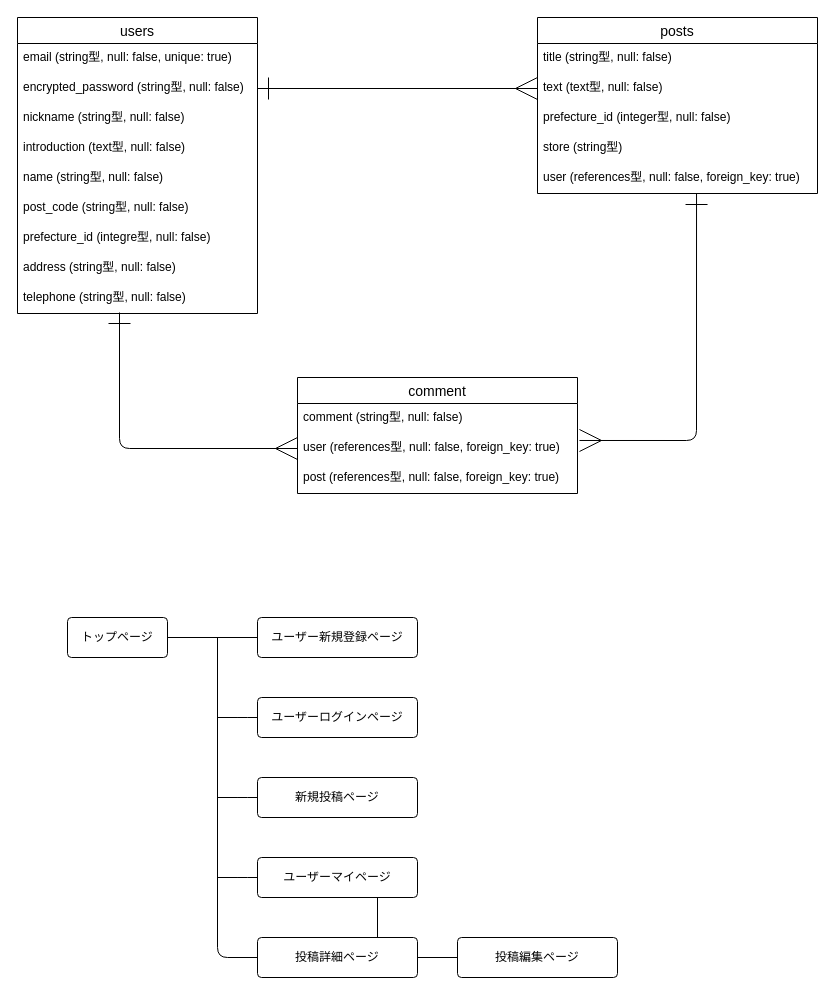
Earlier version of the draw.io diagram nomonomo.dio (hayapi0208/nomonomo). Source tidied: cells renumbered, new cells numbered last; positions are measured from the earlier drawing's top-left corner, leaving out a move shared by most shapes. Both pictures are drawn from the tidied source at 100%, with x=0, y=0 at pixel (17, 17).
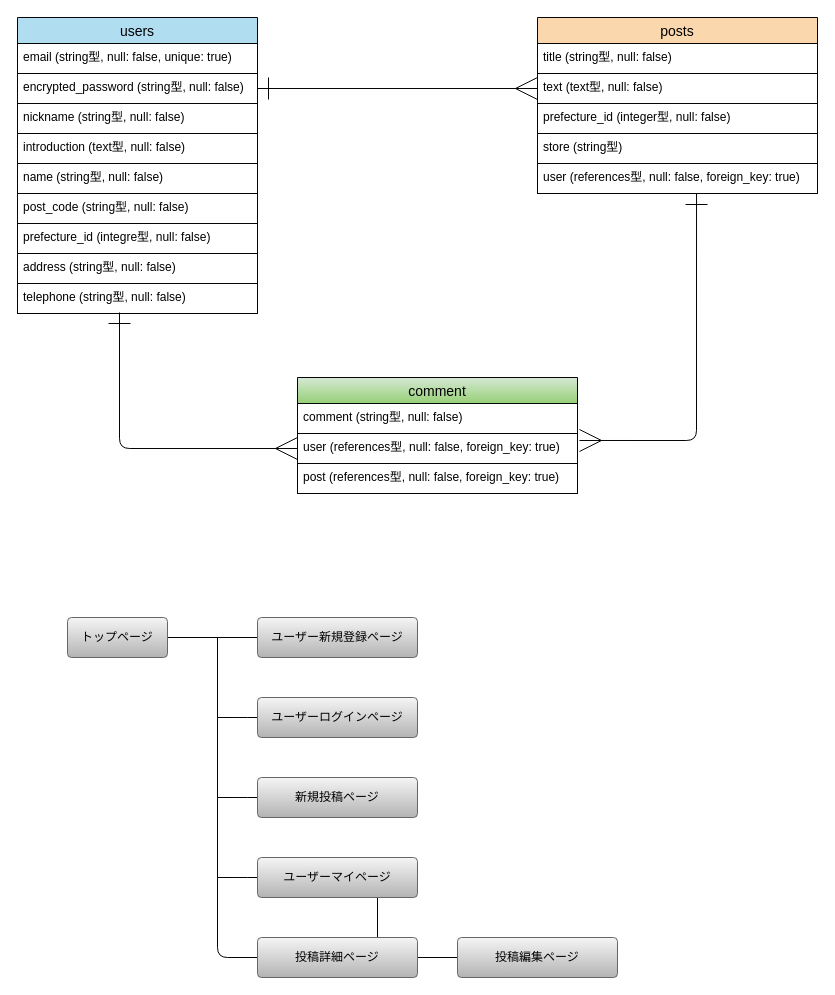
The same diagram, later.

Change to the diagram source:
```diff
@@
-<mxGraphModel>
+<mxGraphModel background="#ffffff">
@@
-    <mxCell id="2" value="users" style="swimlane;fontStyle=0;horizontal=1;startSize=26;align=center;fontSize=14;" parent="1" vertex="1">
+    <mxCell id="2" value="users" style="swimlane;fontStyle=0;horizontal=1;startSize=26;align=center;fontSize=14;fillColor=#b1ddf0;strokeColor=#050505;fontColor=#000000;" parent="1" vertex="1">
       <mxGeometry width="240" height="296" as="geometry" />
     </mxCell>
-    <mxCell id="3" value="email (string型, null: false, unique: true)" style="text;strokeColor=none;fillColor=none;spacingLeft=4;spacingRight=4;overflow=hidden;fontSize=12;" parent="2" vertex="1">
+    <mxCell id="3" value="email (string型, null: false, unique: true)" style="text;strokeColor=#050505;fillColor=none;spacingLeft=4;spacingRight=4;overflow=hidden;fontSize=12;fontColor=#000000;" parent="2" vertex="1">
       <mxGeometry y="26" width="240" height="30" as="geometry" />
     </mxCell>
-    <mxCell id="4" value="encrypted_password (string型, null: false)" style="text;strokeColor=none;fillColor=none;spacingLeft=4;spacingRight=4;overflow=hidden;points=[[0,0.5],[1,0.5]];portConstraint=eastwest;fontSize=12;" parent="2" vertex="1">
+    <mxCell id="4" value="encrypted_password (string型, null: false)" style="text;strokeColor=#050505;fillColor=none;spacingLeft=4;spacingRight=4;overflow=hidden;points=[[0,0.5],[1,0.5]];portConstraint=eastwest;fontSize=12;fontColor=#000000;" parent="2" vertex="1">
       <mxGeometry y="56" width="240" height="30" as="geometry" />
     </mxCell>
-    <mxCell id="5" value="nickname (string型, null: false)" style="text;strokeColor=none;fillColor=none;spacingLeft=4;spacingRight=4;overflow=hidden;fontSize=12;" parent="2" vertex="1">
+    <mxCell id="5" value="nickname (string型, null: false)" style="text;strokeColor=#050505;fillColor=none;spacingLeft=4;spacingRight=4;overflow=hidden;fontSize=12;fontColor=#000000;" parent="2" vertex="1">
       <mxGeometry y="86" width="240" height="30" as="geometry" />
     </mxCell>
-    <mxCell id="6" value="introduction (text型, null: false)" style="text;strokeColor=none;fillColor=none;spacingLeft=4;spacingRight=4;overflow=hidden;fontSize=12;" parent="2" vertex="1">
+    <mxCell id="6" value="introduction (text型, null: false)" style="text;strokeColor=#050505;fillColor=none;spacingLeft=4;spacingRight=4;overflow=hidden;fontSize=12;fontColor=#000000;" parent="2" vertex="1">
       <mxGeometry y="116" width="240" height="30" as="geometry" />
     </mxCell>
-    <mxCell id="7" value="name (string型, null: false)" style="text;strokeColor=none;fillColor=none;spacingLeft=4;spacingRight=4;overflow=hidden;fontSize=12;" parent="2" vertex="1">
+    <mxCell id="7" value="name (string型, null: false)" style="text;strokeColor=#050505;fillColor=none;spacingLeft=4;spacingRight=4;overflow=hidden;fontSize=12;fontColor=#000000;" parent="2" vertex="1">
       <mxGeometry y="146" width="240" height="30" as="geometry" />
     </mxCell>
-    <mxCell id="8" value="post_code (string型, null: false)" style="text;strokeColor=none;fillColor=none;spacingLeft=4;spacingRight=4;overflow=hidden;fontSize=12;" parent="2" vertex="1">
+    <mxCell id="8" value="post_code (string型, null: false)" style="text;strokeColor=#050505;fillColor=none;spacingLeft=4;spacingRight=4;overflow=hidden;fontSize=12;fontColor=#000000;" parent="2" vertex="1">
       <mxGeometry y="176" width="240" height="30" as="geometry" />
     </mxCell>
-    <mxCell id="9" value="prefecture_id (integre型, null: false)" style="text;strokeColor=none;fillColor=none;spacingLeft=4;spacingRight=4;overflow=hidden;fontSize=12;" parent="2" vertex="1">
+    <mxCell id="9" value="prefecture_id (integre型, null: false)" style="text;strokeColor=#050505;fillColor=none;spacingLeft=4;spacingRight=4;overflow=hidden;fontSize=12;fontColor=#000000;" parent="2" vertex="1">
       <mxGeometry y="206" width="240" height="30" as="geometry" />
     </mxCell>
-    <mxCell id="10" value="address (string型, null: false)" style="text;strokeColor=none;fillColor=none;spacingLeft=4;spacingRight=4;overflow=hidden;fontSize=12;" parent="2" vertex="1">
+    <mxCell id="10" value="address (string型, null: false)" style="text;strokeColor=#050505;fillColor=none;spacingLeft=4;spacingRight=4;overflow=hidden;fontSize=12;fontColor=#000000;" parent="2" vertex="1">
       <mxGeometry y="236" width="240" height="30" as="geometry" />
     </mxCell>
-    <mxCell id="11" value="telephone (string型, null: false)" style="text;strokeColor=none;fillColor=none;spacingLeft=4;spacingRight=4;overflow=hidden;points=[[0,0.5],[1,0.5]];portConstraint=eastwest;fontSize=12;" parent="2" vertex="1">
+    <mxCell id="11" value="telephone (string型, null: false)" style="text;strokeColor=#050505;fillColor=none;spacingLeft=4;spacingRight=4;overflow=hidden;points=[[0,0.5],[1,0.5]];portConstraint=eastwest;fontSize=12;fontColor=#000000;" parent="2" vertex="1">
       <mxGeometry y="266" width="240" height="30" as="geometry" />
     </mxCell>
-    <mxCell id="12" value="posts" style="swimlane;fontStyle=0;horizontal=1;startSize=26;align=center;fontSize=14;" parent="1" vertex="1">
+    <mxCell id="12" value="posts" style="swimlane;fontStyle=0;horizontal=1;startSize=26;align=center;fontSize=14;fillColor=#fad7ac;strokeColor=#050505;fontColor=#000000;" parent="1" vertex="1">
       <mxGeometry x="520" width="280" height="176" as="geometry" />
     </mxCell>
-    <mxCell id="13" value="title (string型, null: false)" style="text;strokeColor=none;fillColor=none;spacingLeft=4;spacingRight=4;overflow=hidden;fontSize=12;" parent="12" vertex="1">
+    <mxCell id="13" value="title (string型, null: false)" style="text;strokeColor=#050505;fillColor=none;spacingLeft=4;spacingRight=4;overflow=hidden;fontSize=12;fontColor=#000000;" parent="12" vertex="1">
       <mxGeometry y="26" width="280" height="30" as="geometry" />
     </mxCell>
-    <mxCell id="14" value="text (text型, null: false)" style="text;strokeColor=none;fillColor=none;spacingLeft=4;spacingRight=4;overflow=hidden;points=[[0,0.5],[1,0.5]];portConstraint=eastwest;fontSize=12;" parent="12" vertex="1">
+    <mxCell id="14" value="text (text型, null: false)" style="text;strokeColor=#050505;fillColor=none;spacingLeft=4;spacingRight=4;overflow=hidden;points=[[0,0.5],[1,0.5]];portConstraint=eastwest;fontSize=12;fontColor=#000000;" parent="12" vertex="1">
       <mxGeometry y="56" width="280" height="30" as="geometry" />
     </mxCell>
-    <mxCell id="15" value="prefecture_id (integer型, null: false)" style="text;strokeColor=none;fillColor=none;spacingLeft=4;spacingRight=4;overflow=hidden;fontSize=12;" parent="12" vertex="1">
+    <mxCell id="15" value="prefecture_id (integer型, null: false)" style="text;strokeColor=#050505;fillColor=none;spacingLeft=4;spacingRight=4;overflow=hidden;fontSize=12;fontColor=#000000;" parent="12" vertex="1">
       <mxGeometry y="86" width="280" height="30" as="geometry" />
     </mxCell>
-    <mxCell id="16" value="store (string型)" style="text;strokeColor=none;fillColor=none;spacingLeft=4;spacingRight=4;overflow=hidden;fontSize=12;" parent="12" vertex="1">
+    <mxCell id="16" value="store (string型)" style="text;strokeColor=#050505;fillColor=none;spacingLeft=4;spacingRight=4;overflow=hidden;fontSize=12;fontColor=#000000;" parent="12" vertex="1">
       <mxGeometry y="116" width="280" height="30" as="geometry" />
     </mxCell>
-    <mxCell id="17" value="user (references型, null: false, foreign_key: true)" style="text;strokeColor=none;fillColor=none;spacingLeft=4;spacingRight=4;overflow=hidden;points=[[0,0.5],[1,0.5]];portConstraint=eastwest;fontSize=12;" parent="12" vertex="1">
+    <mxCell id="17" value="user (references型, null: false, foreign_key: true)" style="text;strokeColor=#050505;fillColor=none;spacingLeft=4;spacingRight=4;overflow=hidden;points=[[0,0.5],[1,0.5]];portConstraint=eastwest;fontSize=12;fontColor=#000000;" parent="12" vertex="1">
       <mxGeometry y="146" width="280" height="30" as="geometry" />
     </mxCell>
-    <mxCell id="18" value="comment" style="swimlane;fontStyle=0;horizontal=1;startSize=26;align=center;fontSize=14;" parent="1" vertex="1">
+    <mxCell id="18" value="comment" style="swimlane;fontStyle=0;horizontal=1;startSize=26;align=center;fontSize=14;fillColor=#d5e8d4;gradientColor=#97d077;strokeColor=#050505;fontColor=#000000;" parent="1" vertex="1">
       <mxGeometry x="280" y="360" width="280" height="116" as="geometry" />
     </mxCell>
-    <mxCell id="19" value="comment (string型, null: false)" style="text;strokeColor=none;fillColor=none;spacingLeft=4;spacingRight=4;overflow=hidden;fontSize=12;" parent="18" vertex="1">
+    <mxCell id="19" value="comment (string型, null: false)" style="text;strokeColor=#050505;fillColor=none;spacingLeft=4;spacingRight=4;overflow=hidden;fontSize=12;fontColor=#000000;" parent="18" vertex="1">
       <mxGeometry y="26" width="280" height="30" as="geometry" />
     </mxCell>
-    <mxCell id="20" value="user (references型, null: false, foreign_key: true)" style="text;strokeColor=none;fillColor=none;spacingLeft=4;spacingRight=4;overflow=hidden;points=[[0,0.5],[1,0.5]];portConstraint=eastwest;fontSize=12;" parent="18" vertex="1">
+    <mxCell id="20" value="user (references型, null: false, foreign_key: true)" style="text;strokeColor=#050505;fillColor=none;spacingLeft=4;spacingRight=4;overflow=hidden;points=[[0,0.5],[1,0.5]];portConstraint=eastwest;fontSize=12;fontColor=#000000;" parent="18" vertex="1">
       <mxGeometry y="56" width="280" height="30" as="geometry" />
     </mxCell>
-    <mxCell id="21" value="post (references型, null: false, foreign_key: true)" style="text;strokeColor=none;fillColor=none;spacingLeft=4;spacingRight=4;overflow=hidden;fontSize=12;" parent="18" vertex="1">
+    <mxCell id="21" value="post (references型, null: false, foreign_key: true)" style="text;strokeColor=#050505;fillColor=none;spacingLeft=4;spacingRight=4;overflow=hidden;fontSize=12;fontColor=#000000;" parent="18" vertex="1">
       <mxGeometry y="86" width="280" height="30" as="geometry" />
     </mxCell>
-    <mxCell id="22" style="edgeStyle=none;html=1;exitX=1;exitY=0.5;exitDx=0;exitDy=0;entryX=0;entryY=0.5;entryDx=0;entryDy=0;endArrow=ERmany;endFill=0;startArrow=ERone;startFill=0;sourcePerimeterSpacing=0;startSize=20;endSize=20;" parent="1" edge="1" source="4" target="14">
+    <mxCell id="22" style="edgeStyle=none;html=1;exitX=1;exitY=0.5;exitDx=0;exitDy=0;entryX=0;entryY=0.5;entryDx=0;entryDy=0;endArrow=ERmany;endFill=0;startArrow=ERone;startFill=0;sourcePerimeterSpacing=0;startSize=20;endSize=20;fontColor=#000000;strokeColor=#050505;" parent="1" edge="1" source="4" target="14">
       <mxGeometry relative="1" as="geometry" />
     </mxCell>
-    <mxCell id="23" style="html=1;exitX=0.568;exitY=1;exitDx=0;exitDy=0;entryX=1.007;entryY=0.233;entryDx=0;entryDy=0;entryPerimeter=0;startArrow=ERone;startFill=0;endArrow=ERmany;endFill=0;startSize=20;endSize=20;sourcePerimeterSpacing=0;exitPerimeter=0;edgeStyle=orthogonalEdgeStyle;" parent="1" edge="1" source="17" target="20">
+    <mxCell id="23" style="html=1;exitX=0.568;exitY=1;exitDx=0;exitDy=0;entryX=1.007;entryY=0.233;entryDx=0;entryDy=0;entryPerimeter=0;startArrow=ERone;startFill=0;endArrow=ERmany;endFill=0;startSize=20;endSize=20;sourcePerimeterSpacing=0;exitPerimeter=0;edgeStyle=orthogonalEdgeStyle;fontColor=#000000;strokeColor=#050505;" parent="1" edge="1" source="17" target="20">
       <mxGeometry relative="1" as="geometry" />
     </mxCell>
-    <mxCell id="24" style="edgeStyle=orthogonalEdgeStyle;html=1;exitX=0;exitY=0.5;exitDx=0;exitDy=0;entryX=0.425;entryY=0.967;entryDx=0;entryDy=0;entryPerimeter=0;startArrow=ERmany;startFill=0;endArrow=ERone;endFill=0;startSize=20;endSize=20;sourcePerimeterSpacing=0;" parent="1" edge="1" source="20" target="11">
+    <mxCell id="24" style="edgeStyle=orthogonalEdgeStyle;html=1;exitX=0;exitY=0.5;exitDx=0;exitDy=0;entryX=0.425;entryY=0.967;entryDx=0;entryDy=0;entryPerimeter=0;startArrow=ERmany;startFill=0;endArrow=ERone;endFill=0;startSize=20;endSize=20;sourcePerimeterSpacing=0;fontColor=#000000;strokeColor=#050505;" parent="1" edge="1" source="20" target="11">
       <mxGeometry relative="1" as="geometry" />
     </mxCell>
-    <mxCell id="25" style="edgeStyle=orthogonalEdgeStyle;html=1;exitX=1;exitY=0.5;exitDx=0;exitDy=0;startArrow=none;startFill=0;endArrow=none;endFill=0;startSize=20;endSize=20;sourcePerimeterSpacing=0;" parent="1" edge="1" source="26" target="27">
+    <mxCell id="25" style="edgeStyle=orthogonalEdgeStyle;html=1;exitX=1;exitY=0.5;exitDx=0;exitDy=0;startArrow=none;startFill=0;endArrow=none;endFill=0;startSize=20;endSize=20;sourcePerimeterSpacing=0;fontColor=#000000;strokeColor=#050505;" parent="1" edge="1" source="26" target="27">
       <mxGeometry relative="1" as="geometry" />
     </mxCell>
-    <mxCell id="26" value="トップページ" style="rounded=1;arcSize=10;whiteSpace=wrap;html=1;align=center;" parent="1" vertex="1">
+    <mxCell id="26" value="トップページ" style="rounded=1;arcSize=10;whiteSpace=wrap;html=1;align=center;strokeColor=#666666;fillColor=#f5f5f5;gradientColor=#b3b3b3;fontColor=#000000;" parent="1" vertex="1">
       <mxGeometry x="50" y="600" width="100" height="40" as="geometry" />
     </mxCell>
-    <mxCell id="27" value="ユーザー新規登録ページ" style="rounded=1;arcSize=10;whiteSpace=wrap;html=1;align=center;" parent="1" vertex="1">
+    <mxCell id="27" value="ユーザー新規登録ページ" style="rounded=1;arcSize=10;whiteSpace=wrap;html=1;align=center;strokeColor=#666666;fillColor=#f5f5f5;gradientColor=#b3b3b3;fontColor=#000000;" parent="1" vertex="1">
       <mxGeometry x="240" y="600" width="160" height="40" as="geometry" />
     </mxCell>
-    <mxCell id="28" style="edgeStyle=orthogonalEdgeStyle;html=1;exitX=0;exitY=0.5;exitDx=0;exitDy=0;startArrow=none;startFill=0;endArrow=none;endFill=0;startSize=20;endSize=20;sourcePerimeterSpacing=0;" parent="1" edge="1" source="29">
+    <mxCell id="28" style="edgeStyle=orthogonalEdgeStyle;html=1;exitX=0;exitY=0.5;exitDx=0;exitDy=0;startArrow=none;startFill=0;endArrow=none;endFill=0;startSize=20;endSize=20;sourcePerimeterSpacing=0;fontColor=#000000;strokeColor=#050505;" parent="1" edge="1" source="29">
       <mxGeometry relative="1" as="geometry">
         <mxPoint x="200" y="700" as="targetPoint" />
       </mxGeometry>
     </mxCell>
-    <mxCell id="29" value="ユーザーログインページ" style="rounded=1;arcSize=10;whiteSpace=wrap;html=1;align=center;" parent="1" vertex="1">
+    <mxCell id="29" value="ユーザーログインページ" style="rounded=1;arcSize=10;whiteSpace=wrap;html=1;align=center;strokeColor=#666666;fillColor=#f5f5f5;gradientColor=#b3b3b3;fontColor=#000000;" parent="1" vertex="1">
       <mxGeometry x="240" y="680" width="160" height="40" as="geometry" />
     </mxCell>
-    <mxCell id="30" style="edgeStyle=orthogonalEdgeStyle;html=1;exitX=0;exitY=0.5;exitDx=0;exitDy=0;endArrow=none;endFill=0;" parent="1" edge="1" source="31">
+    <mxCell id="30" style="edgeStyle=orthogonalEdgeStyle;html=1;exitX=0;exitY=0.5;exitDx=0;exitDy=0;endArrow=none;endFill=0;fontColor=#000000;strokeColor=#050505;" parent="1" edge="1" source="31">
       <mxGeometry relative="1" as="geometry">
         <mxPoint x="200" y="780" as="targetPoint" />
       </mxGeometry>
     </mxCell>
-    <mxCell id="31" value="新規投稿ページ" style="rounded=1;arcSize=10;whiteSpace=wrap;html=1;align=center;" parent="1" vertex="1">
+    <mxCell id="31" value="新規投稿ページ" style="rounded=1;arcSize=10;whiteSpace=wrap;html=1;align=center;strokeColor=#666666;fillColor=#f5f5f5;gradientColor=#b3b3b3;fontColor=#000000;" parent="1" vertex="1">
       <mxGeometry x="240" y="760" width="160" height="40" as="geometry" />
     </mxCell>
-    <mxCell id="32" style="html=1;exitX=0;exitY=0.5;exitDx=0;exitDy=0;startArrow=none;startFill=0;endArrow=none;endFill=0;startSize=20;endSize=20;sourcePerimeterSpacing=0;edgeStyle=orthogonalEdgeStyle;" parent="1" edge="1" source="35">
+    <mxCell id="32" style="html=1;exitX=0;exitY=0.5;exitDx=0;exitDy=0;startArrow=none;startFill=0;endArrow=none;endFill=0;startSize=20;endSize=20;sourcePerimeterSpacing=0;edgeStyle=orthogonalEdgeStyle;fontColor=#000000;strokeColor=#050505;" parent="1" edge="1" source="35">
       <mxGeometry relative="1" as="geometry">
         <mxPoint x="200" y="620" as="targetPoint" />
         <Array as="points">
           <mxPoint x="200" y="940" />
         </Array>
       </mxGeometry>
     </mxCell>
-    <mxCell id="33" style="edgeStyle=orthogonalEdgeStyle;html=1;exitX=1;exitY=0.5;exitDx=0;exitDy=0;entryX=0;entryY=0.5;entryDx=0;entryDy=0;startArrow=none;startFill=0;endArrow=none;endFill=0;startSize=20;endSize=20;sourcePerimeterSpacing=0;" parent="1" edge="1" source="35" target="36">
+    <mxCell id="33" style="edgeStyle=orthogonalEdgeStyle;html=1;exitX=1;exitY=0.5;exitDx=0;exitDy=0;entryX=0;entryY=0.5;entryDx=0;entryDy=0;startArrow=none;startFill=0;endArrow=none;endFill=0;startSize=20;endSize=20;sourcePerimeterSpacing=0;fontColor=#000000;strokeColor=#050505;" parent="1" edge="1" source="35" target="36">
       <mxGeometry relative="1" as="geometry" />
     </mxCell>
-    <mxCell id="34" style="edgeStyle=none;html=1;exitX=0.75;exitY=0;exitDx=0;exitDy=0;entryX=0.75;entryY=1;entryDx=0;entryDy=0;endArrow=none;endFill=0;" parent="1" edge="1" source="35" target="38">
+    <mxCell id="34" style="edgeStyle=none;html=1;exitX=0.75;exitY=0;exitDx=0;exitDy=0;entryX=0.75;entryY=1;entryDx=0;entryDy=0;endArrow=none;endFill=0;fontColor=#000000;strokeColor=#050505;" parent="1" edge="1" source="35" target="38">
       <mxGeometry relative="1" as="geometry" />
     </mxCell>
-    <mxCell id="35" value="投稿詳細ページ" style="rounded=1;arcSize=10;whiteSpace=wrap;html=1;align=center;" parent="1" vertex="1">
+    <mxCell id="35" value="投稿詳細ページ" style="rounded=1;arcSize=10;whiteSpace=wrap;html=1;align=center;strokeColor=#666666;fillColor=#f5f5f5;gradientColor=#b3b3b3;fontColor=#000000;" parent="1" vertex="1">
       <mxGeometry x="240" y="920" width="160" height="40" as="geometry" />
     </mxCell>
-    <mxCell id="36" value="投稿編集ページ" style="rounded=1;arcSize=10;whiteSpace=wrap;html=1;align=center;" parent="1" vertex="1">
+    <mxCell id="36" value="投稿編集ページ" style="rounded=1;arcSize=10;whiteSpace=wrap;html=1;align=center;strokeColor=#666666;fillColor=#f5f5f5;gradientColor=#b3b3b3;fontColor=#000000;" parent="1" vertex="1">
       <mxGeometry x="440" y="920" width="160" height="40" as="geometry" />
     </mxCell>
-    <mxCell id="37" style="edgeStyle=orthogonalEdgeStyle;html=1;exitX=0;exitY=0.5;exitDx=0;exitDy=0;endArrow=none;endFill=0;" parent="1" edge="1" source="38">
+    <mxCell id="37" style="edgeStyle=orthogonalEdgeStyle;html=1;exitX=0;exitY=0.5;exitDx=0;exitDy=0;endArrow=none;endFill=0;fontColor=#000000;strokeColor=#050505;" parent="1" edge="1" source="38">
       <mxGeometry relative="1" as="geometry">
         <mxPoint x="200" y="860" as="targetPoint" />
       </mxGeometry>
     </mxCell>
-    <mxCell id="38" value="ユーザーマイページ" style="rounded=1;arcSize=10;whiteSpace=wrap;html=1;align=center;" parent="1" vertex="1">
+    <mxCell id="38" value="ユーザーマイページ" style="rounded=1;arcSize=10;whiteSpace=wrap;html=1;align=center;strokeColor=#666666;fillColor=#f5f5f5;gradientColor=#b3b3b3;fontColor=#000000;" parent="1" vertex="1">
       <mxGeometry x="240" y="840" width="160" height="40" as="geometry" />
     </mxCell>
```
